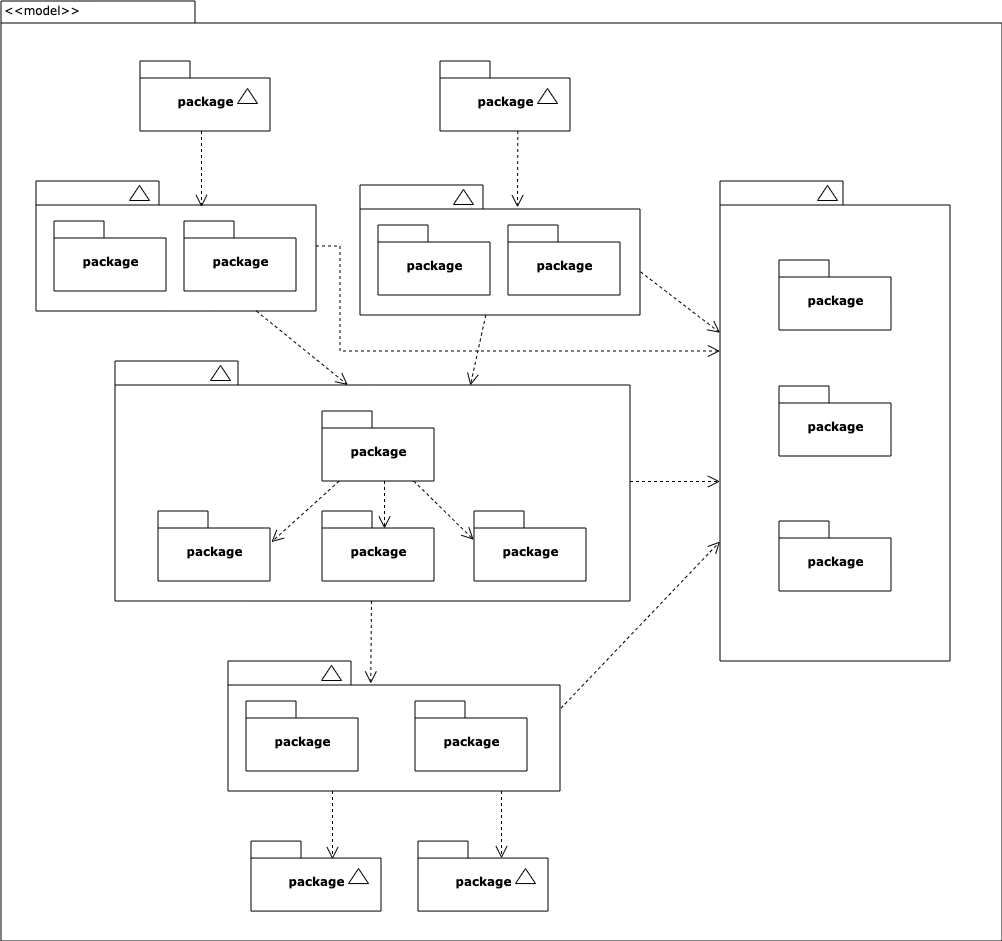
Above: app/Untitled Diagram.png in cheenxuan/AboutTheme (draw.io), before the change. Source tidied: cells renumbered, new cells last; positions are measured from the earlier drawing's top-left corner, leaving out a move shared by most shapes. Source of this version:
```xml
<mxGraphModel background="#ffffff">
  <root>
    <mxCell id="0" />
    <mxCell id="1" parent="0" />
    <mxCell id="2" style="shape=folder;fontStyle=1;spacingTop=10;tabWidth=194;tabHeight=22;tabPosition=left;html=1;rounded=0;shadow=0;comic=0;labelBackgroundColor=none;strokeWidth=1;fillColor=none;fontFamily=Verdana;fontSize=10;align=center;" parent="1" vertex="1">
      <mxGeometry x="0.5" y="0.5" width="1001" height="940" as="geometry" />
    </mxCell>
    <mxCell id="3" style="group;" parent="1" vertex="1">
      <mxGeometry x="139.5" y="60.5" width="130" height="70" as="geometry" />
    </mxCell>
    <mxCell id="4" value="package" style="shape=folder;fontStyle=1;spacingTop=10;tabWidth=50;tabHeight=17;tabPosition=left;html=1;rounded=0;shadow=0;comic=0;labelBackgroundColor=none;strokeWidth=1;fontFamily=Verdana;fontSize=10;align=center;" parent="3" vertex="1">
      <mxGeometry width="130" height="70" as="geometry" />
    </mxCell>
    <mxCell id="5" style="triangle;whiteSpace=wrap;html=1;rounded=0;shadow=0;comic=0;labelBackgroundColor=none;strokeWidth=1;fontFamily=Verdana;fontSize=10;align=center;rotation=-90;" parent="3" vertex="1">
      <mxGeometry x="100" y="25" width="15" height="20" as="geometry" />
    </mxCell>
    <mxCell id="6" style="group;" parent="1" vertex="1">
      <mxGeometry x="439.5" y="60.5" width="130" height="70" as="geometry" />
    </mxCell>
    <mxCell id="7" value="package" style="shape=folder;fontStyle=1;spacingTop=10;tabWidth=50;tabHeight=17;tabPosition=left;html=1;rounded=0;shadow=0;comic=0;labelBackgroundColor=none;strokeWidth=1;fontFamily=Verdana;fontSize=10;align=center;" parent="6" vertex="1">
      <mxGeometry width="130" height="70" as="geometry" />
    </mxCell>
    <mxCell id="8" style="triangle;whiteSpace=wrap;html=1;rounded=0;shadow=0;comic=0;labelBackgroundColor=none;strokeWidth=1;fontFamily=Verdana;fontSize=10;align=center;rotation=-90;" parent="6" vertex="1">
      <mxGeometry x="100" y="25" width="15" height="20" as="geometry" />
    </mxCell>
    <mxCell id="9" style="group;" parent="1" vertex="1">
      <mxGeometry x="35.5" y="180.5" width="280" height="130" as="geometry" />
    </mxCell>
    <mxCell id="10" style="shape=folder;fontStyle=1;spacingTop=10;tabWidth=123;tabHeight=24;tabPosition=left;html=1;rounded=0;shadow=0;comic=0;labelBackgroundColor=none;strokeWidth=1;fontFamily=Verdana;fontSize=10;align=center;" parent="9" vertex="1">
      <mxGeometry width="280" height="130" as="geometry" />
    </mxCell>
    <mxCell id="11" style="triangle;whiteSpace=wrap;html=1;rounded=0;shadow=0;comic=0;labelBackgroundColor=none;strokeWidth=1;fontFamily=Verdana;fontSize=10;align=center;rotation=-90;" parent="9" vertex="1">
      <mxGeometry x="96" y="2" width="15" height="20" as="geometry" />
    </mxCell>
    <mxCell id="12" value="package" style="shape=folder;fontStyle=1;spacingTop=10;tabWidth=50;tabHeight=17;tabPosition=left;html=1;rounded=0;shadow=0;comic=0;labelBackgroundColor=none;strokeWidth=1;fontFamily=Verdana;fontSize=10;align=center;" parent="9" vertex="1">
      <mxGeometry x="18" y="40" width="112" height="70" as="geometry" />
    </mxCell>
    <mxCell id="13" value="package" style="shape=folder;fontStyle=1;spacingTop=10;tabWidth=50;tabHeight=17;tabPosition=left;html=1;rounded=0;shadow=0;comic=0;labelBackgroundColor=none;strokeWidth=1;fontFamily=Verdana;fontSize=10;align=center;" parent="9" vertex="1">
      <mxGeometry x="148" y="40" width="112" height="70" as="geometry" />
    </mxCell>
    <mxCell id="14" style="group;" parent="1" vertex="1">
      <mxGeometry x="359.5" y="184.5" width="280" height="130" as="geometry" />
    </mxCell>
    <mxCell id="15" style="shape=folder;fontStyle=1;spacingTop=10;tabWidth=123;tabHeight=24;tabPosition=left;html=1;rounded=0;shadow=0;comic=0;labelBackgroundColor=none;strokeWidth=1;fontFamily=Verdana;fontSize=10;align=center;" parent="14" vertex="1">
      <mxGeometry width="280" height="130" as="geometry" />
    </mxCell>
    <mxCell id="16" style="triangle;whiteSpace=wrap;html=1;rounded=0;shadow=0;comic=0;labelBackgroundColor=none;strokeWidth=1;fontFamily=Verdana;fontSize=10;align=center;rotation=-90;" parent="14" vertex="1">
      <mxGeometry x="96" y="2" width="15" height="20" as="geometry" />
    </mxCell>
    <mxCell id="17" value="package" style="shape=folder;fontStyle=1;spacingTop=10;tabWidth=50;tabHeight=17;tabPosition=left;html=1;rounded=0;shadow=0;comic=0;labelBackgroundColor=none;strokeWidth=1;fontFamily=Verdana;fontSize=10;align=center;" parent="14" vertex="1">
      <mxGeometry x="18" y="40" width="112" height="70" as="geometry" />
    </mxCell>
    <mxCell id="18" value="package" style="shape=folder;fontStyle=1;spacingTop=10;tabWidth=50;tabHeight=17;tabPosition=left;html=1;rounded=0;shadow=0;comic=0;labelBackgroundColor=none;strokeWidth=1;fontFamily=Verdana;fontSize=10;align=center;" parent="14" vertex="1">
      <mxGeometry x="148" y="40" width="112" height="70" as="geometry" />
    </mxCell>
    <mxCell id="19" style="group;" parent="1" vertex="1">
      <mxGeometry x="719.5" y="180.5" width="230" height="480" as="geometry" />
    </mxCell>
    <mxCell id="20" style="group;" parent="19" vertex="1">
      <mxGeometry width="230" height="480" as="geometry" />
    </mxCell>
    <mxCell id="21" style="shape=folder;fontStyle=1;spacingTop=10;tabWidth=123;tabHeight=24;tabPosition=left;html=1;rounded=0;shadow=0;comic=0;labelBackgroundColor=none;strokeWidth=1;fontFamily=Verdana;fontSize=10;align=center;" parent="20" vertex="1">
      <mxGeometry width="230" height="480" as="geometry" />
    </mxCell>
    <mxCell id="22" style="triangle;whiteSpace=wrap;html=1;rounded=0;shadow=0;comic=0;labelBackgroundColor=none;strokeWidth=1;fontFamily=Verdana;fontSize=10;align=center;rotation=-90;" parent="20" vertex="1">
      <mxGeometry x="100" y="2" width="15" height="20" as="geometry" />
    </mxCell>
    <mxCell id="23" value="package" style="shape=folder;fontStyle=1;spacingTop=10;tabWidth=50;tabHeight=17;tabPosition=left;html=1;rounded=0;shadow=0;comic=0;labelBackgroundColor=none;strokeWidth=1;fontFamily=Verdana;fontSize=10;align=center;" parent="20" vertex="1">
      <mxGeometry x="59" y="79" width="112" height="70" as="geometry" />
    </mxCell>
    <mxCell id="24" value="package" style="shape=folder;fontStyle=1;spacingTop=10;tabWidth=50;tabHeight=17;tabPosition=left;html=1;rounded=0;shadow=0;comic=0;labelBackgroundColor=none;strokeWidth=1;fontFamily=Verdana;fontSize=10;align=center;" parent="20" vertex="1">
      <mxGeometry x="59" y="205" width="112" height="70" as="geometry" />
    </mxCell>
    <mxCell id="25" value="package" style="shape=folder;fontStyle=1;spacingTop=10;tabWidth=50;tabHeight=17;tabPosition=left;html=1;rounded=0;shadow=0;comic=0;labelBackgroundColor=none;strokeWidth=1;fontFamily=Verdana;fontSize=10;align=center;" parent="20" vertex="1">
      <mxGeometry x="59" y="340" width="112" height="70" as="geometry" />
    </mxCell>
    <mxCell id="26" style="edgeStyle=none;rounded=0;html=1;entryX=0.43;entryY=0.173;entryPerimeter=0;dashed=1;labelBackgroundColor=none;startFill=0;endArrow=open;endFill=0;endSize=10;fontFamily=Verdana;fontSize=10;" parent="1" edge="1" source="28" target="39">
      <mxGeometry relative="1" as="geometry" />
    </mxCell>
    <mxCell id="27" style="edgeStyle=elbowEdgeStyle;rounded=0;html=1;dashed=1;labelBackgroundColor=none;startFill=0;endArrow=open;endFill=0;endSize=10;fontFamily=Verdana;fontSize=10;elbow=vertical;" parent="1" edge="1" source="28" target="21">
      <mxGeometry relative="1" as="geometry" />
    </mxCell>
    <mxCell id="28" style="shape=folder;fontStyle=1;spacingTop=10;tabWidth=123;tabHeight=24;tabPosition=left;html=1;rounded=0;shadow=0;comic=0;labelBackgroundColor=none;strokeColor=#000000;strokeWidth=1;fillColor=#ffffff;fontFamily=Verdana;fontSize=10;fontColor=#000000;align=center;" parent="1" vertex="1">
      <mxGeometry x="114.5" y="360.5" width="515" height="240" as="geometry" />
    </mxCell>
    <mxCell id="29" style="edgeStyle=elbowEdgeStyle;rounded=0;html=1;entryX=0.559;entryY=0.251;entryPerimeter=0;dashed=1;labelBackgroundColor=none;startFill=0;endArrow=open;endFill=0;endSize=10;fontFamily=Verdana;fontSize=10;" parent="1" edge="1" source="32" target="34">
      <mxGeometry relative="1" as="geometry" />
    </mxCell>
    <mxCell id="30" style="edgeStyle=none;rounded=0;html=1;dashed=1;labelBackgroundColor=none;startFill=0;endArrow=open;endFill=0;endSize=10;fontFamily=Verdana;fontSize=10;entryX=-0.003;entryY=0.411;entryPerimeter=0;" parent="1" edge="1" source="32" target="35">
      <mxGeometry relative="1" as="geometry" />
    </mxCell>
    <mxCell id="31" style="edgeStyle=none;rounded=0;html=1;dashed=1;labelBackgroundColor=none;startFill=0;endArrow=open;endFill=0;endSize=10;fontFamily=Verdana;fontSize=10;entryX=1.013;entryY=0.444;entryPerimeter=0;" parent="1" edge="1" source="32" target="33">
      <mxGeometry relative="1" as="geometry" />
    </mxCell>
    <mxCell id="32" value="package" style="shape=folder;fontStyle=1;spacingTop=10;tabWidth=50;tabHeight=17;tabPosition=left;html=1;rounded=0;shadow=0;comic=0;labelBackgroundColor=none;strokeColor=#000000;strokeWidth=1;fillColor=#ffffff;fontFamily=Verdana;fontSize=10;fontColor=#000000;align=center;" parent="1" vertex="1">
      <mxGeometry x="321.5" y="410.5" width="112" height="70" as="geometry" />
    </mxCell>
    <mxCell id="33" value="package" style="shape=folder;fontStyle=1;spacingTop=10;tabWidth=50;tabHeight=17;tabPosition=left;html=1;rounded=0;shadow=0;comic=0;labelBackgroundColor=none;strokeColor=#000000;strokeWidth=1;fillColor=#ffffff;fontFamily=Verdana;fontSize=10;fontColor=#000000;align=center;" parent="1" vertex="1">
      <mxGeometry x="157.5" y="510.5" width="112" height="70" as="geometry" />
    </mxCell>
    <mxCell id="34" value="package" style="shape=folder;fontStyle=1;spacingTop=10;tabWidth=50;tabHeight=17;tabPosition=left;html=1;rounded=0;shadow=0;comic=0;labelBackgroundColor=none;strokeColor=#000000;strokeWidth=1;fillColor=#ffffff;fontFamily=Verdana;fontSize=10;fontColor=#000000;align=center;" parent="1" vertex="1">
      <mxGeometry x="321.5" y="510.5" width="112" height="70" as="geometry" />
    </mxCell>
    <mxCell id="35" value="package" style="shape=folder;fontStyle=1;spacingTop=10;tabWidth=50;tabHeight=17;tabPosition=left;html=1;rounded=0;shadow=0;comic=0;labelBackgroundColor=none;strokeColor=#000000;strokeWidth=1;fillColor=#ffffff;fontFamily=Verdana;fontSize=10;fontColor=#000000;align=center;" parent="1" vertex="1">
      <mxGeometry x="473.5" y="510.5" width="112" height="70" as="geometry" />
    </mxCell>
    <mxCell id="36" style="edgeStyle=elbowEdgeStyle;rounded=0;html=1;entryX=0.628;entryY=0.26;entryPerimeter=0;dashed=1;labelBackgroundColor=none;startFill=0;endArrow=open;endFill=0;endSize=10;fontFamily=Verdana;fontSize=10;" parent="1" edge="1" source="39" target="45">
      <mxGeometry relative="1" as="geometry" />
    </mxCell>
    <mxCell id="37" style="edgeStyle=elbowEdgeStyle;rounded=0;html=1;entryX=0.643;entryY=0.246;entryPerimeter=0;dashed=1;labelBackgroundColor=none;startFill=0;endArrow=open;endFill=0;endSize=10;fontFamily=Verdana;fontSize=10;" parent="1" edge="1" source="39" target="48">
      <mxGeometry relative="1" as="geometry" />
    </mxCell>
    <mxCell id="38" style="edgeStyle=none;rounded=0;html=1;dashed=1;labelBackgroundColor=none;startFill=0;endArrow=open;endFill=0;endSize=10;fontFamily=Verdana;fontSize=10;exitX=1.003;exitY=0.363;exitPerimeter=0;" parent="1" edge="1" source="39" target="21">
      <mxGeometry relative="1" as="geometry" />
    </mxCell>
    <mxCell id="39" style="shape=folder;fontStyle=1;spacingTop=10;tabWidth=123;tabHeight=24;tabPosition=left;html=1;rounded=0;shadow=0;comic=0;labelBackgroundColor=none;strokeWidth=1;fontFamily=Verdana;fontSize=10;align=center;" parent="1" vertex="1">
      <mxGeometry x="227.5" y="660.5" width="332" height="130" as="geometry" />
    </mxCell>
    <mxCell id="40" style="triangle;whiteSpace=wrap;html=1;rounded=0;shadow=0;comic=0;labelBackgroundColor=none;strokeWidth=1;fontFamily=Verdana;fontSize=10;align=center;rotation=-90;" parent="1" vertex="1">
      <mxGeometry x="323.5" y="662.5" width="15" height="20" as="geometry" />
    </mxCell>
    <mxCell id="41" value="package" style="shape=folder;fontStyle=1;spacingTop=10;tabWidth=50;tabHeight=17;tabPosition=left;html=1;rounded=0;shadow=0;comic=0;labelBackgroundColor=none;strokeWidth=1;fontFamily=Verdana;fontSize=10;align=center;" parent="1" vertex="1">
      <mxGeometry x="245.5" y="700.5" width="112" height="70" as="geometry" />
    </mxCell>
    <mxCell id="42" value="package" style="shape=folder;fontStyle=1;spacingTop=10;tabWidth=50;tabHeight=17;tabPosition=left;html=1;rounded=0;shadow=0;comic=0;labelBackgroundColor=none;strokeWidth=1;fontFamily=Verdana;fontSize=10;align=center;" parent="1" vertex="1">
      <mxGeometry x="414.5" y="700.5" width="112" height="70" as="geometry" />
    </mxCell>
    <mxCell id="43" style="triangle;whiteSpace=wrap;html=1;rounded=0;shadow=0;comic=0;labelBackgroundColor=none;strokeColor=#000000;strokeWidth=1;fillColor=#ffffff;fontFamily=Verdana;fontSize=10;fontColor=#000000;align=center;rotation=-90;" parent="1" vertex="1">
      <mxGeometry x="212.5" y="362.5" width="15" height="20" as="geometry" />
    </mxCell>
    <mxCell id="44" style="group;" parent="1" vertex="1">
      <mxGeometry x="250.5" y="840.6" width="130" height="70" as="geometry" />
    </mxCell>
    <mxCell id="45" value="package" style="shape=folder;fontStyle=1;spacingTop=10;tabWidth=50;tabHeight=17;tabPosition=left;html=1;rounded=0;shadow=0;comic=0;labelBackgroundColor=none;strokeWidth=1;fontFamily=Verdana;fontSize=10;align=center;" parent="44" vertex="1">
      <mxGeometry width="130" height="70" as="geometry" />
    </mxCell>
    <mxCell id="46" style="triangle;whiteSpace=wrap;html=1;rounded=0;shadow=0;comic=0;labelBackgroundColor=none;strokeWidth=1;fontFamily=Verdana;fontSize=10;align=center;rotation=-90;" parent="44" vertex="1">
      <mxGeometry x="100" y="25" width="15" height="20" as="geometry" />
    </mxCell>
    <mxCell id="47" style="group;" parent="1" vertex="1">
      <mxGeometry x="417.5" y="840.6" width="130" height="70" as="geometry" />
    </mxCell>
    <mxCell id="48" value="package" style="shape=folder;fontStyle=1;spacingTop=10;tabWidth=50;tabHeight=17;tabPosition=left;html=1;rounded=0;shadow=0;comic=0;labelBackgroundColor=none;strokeWidth=1;fontFamily=Verdana;fontSize=10;align=center;" parent="47" vertex="1">
      <mxGeometry width="130" height="70" as="geometry" />
    </mxCell>
    <mxCell id="49" style="triangle;whiteSpace=wrap;html=1;rounded=0;shadow=0;comic=0;labelBackgroundColor=none;strokeWidth=1;fontFamily=Verdana;fontSize=10;align=center;rotation=-90;" parent="47" vertex="1">
      <mxGeometry x="100" y="25" width="15" height="20" as="geometry" />
    </mxCell>
    <mxCell id="50" style="rounded=0;html=1;dashed=1;labelBackgroundColor=none;startFill=0;endArrow=open;endFill=0;endSize=10;fontFamily=Verdana;fontSize=10;entryX=0.592;entryY=0.2;entryPerimeter=0;edgeStyle=elbowEdgeStyle;" parent="1" edge="1" source="4" target="10">
      <mxGeometry relative="1" as="geometry" />
    </mxCell>
    <mxCell id="51" style="rounded=0;html=1;dashed=1;labelBackgroundColor=none;startFill=0;endArrow=open;endFill=0;endSize=10;fontFamily=Verdana;fontSize=10;entryX=0.592;entryY=0.2;entryPerimeter=0;edgeStyle=elbowEdgeStyle;" parent="1" edge="1">
      <mxGeometry relative="1" as="geometry">
        <mxPoint x="517.3" y="130.5" as="sourcePoint" />
        <mxPoint x="517.3" y="206.8" as="targetPoint" />
      </mxGeometry>
    </mxCell>
    <mxCell id="52" style="rounded=0;html=1;entryX=0.452;entryY=0.1;entryPerimeter=0;dashed=1;labelBackgroundColor=none;startFill=0;endArrow=open;endFill=0;endSize=10;fontFamily=Verdana;fontSize=10;" parent="1" edge="1" source="10" target="28">
      <mxGeometry relative="1" as="geometry" />
    </mxCell>
    <mxCell id="53" style="edgeStyle=none;rounded=0;html=1;entryX=0.69;entryY=0.102;entryPerimeter=0;dashed=1;labelBackgroundColor=none;startFill=0;endArrow=open;endFill=0;endSize=10;fontFamily=Verdana;fontSize=10;" parent="1" edge="1" source="15" target="28">
      <mxGeometry relative="1" as="geometry" />
    </mxCell>
    <mxCell id="54" style="edgeStyle=none;rounded=0;html=1;dashed=1;labelBackgroundColor=none;startFill=0;endArrow=open;endFill=0;endSize=10;fontFamily=Verdana;fontSize=10;exitX=1.002;exitY=0.668;exitPerimeter=0;" parent="1" edge="1" source="15" target="21">
      <mxGeometry relative="1" as="geometry" />
    </mxCell>
    <mxCell id="55" style="edgeStyle=orthogonalEdgeStyle;rounded=0;html=1;dashed=1;labelBackgroundColor=none;startFill=0;endArrow=open;endFill=0;endSize=10;fontFamily=Verdana;fontSize=10;" parent="1" edge="1" source="10" target="21">
      <mxGeometry relative="1" as="geometry">
        <Array as="points">
          <mxPoint x="339.5" y="245.5" />
          <mxPoint x="339.5" y="350.5" />
        </Array>
      </mxGeometry>
    </mxCell>
    <mxCell id="56" value="&amp;lt;&amp;lt;model&amp;gt;&amp;gt;" style="text;html=1;align=left;verticalAlign=top;spacingTop=-4;fontSize=10;fontFamily=Verdana;" parent="1" vertex="1">
      <mxGeometry x="1.5" y="0.5" width="130" height="20" as="geometry" />
    </mxCell>
  </root>
</mxGraphModel>
```
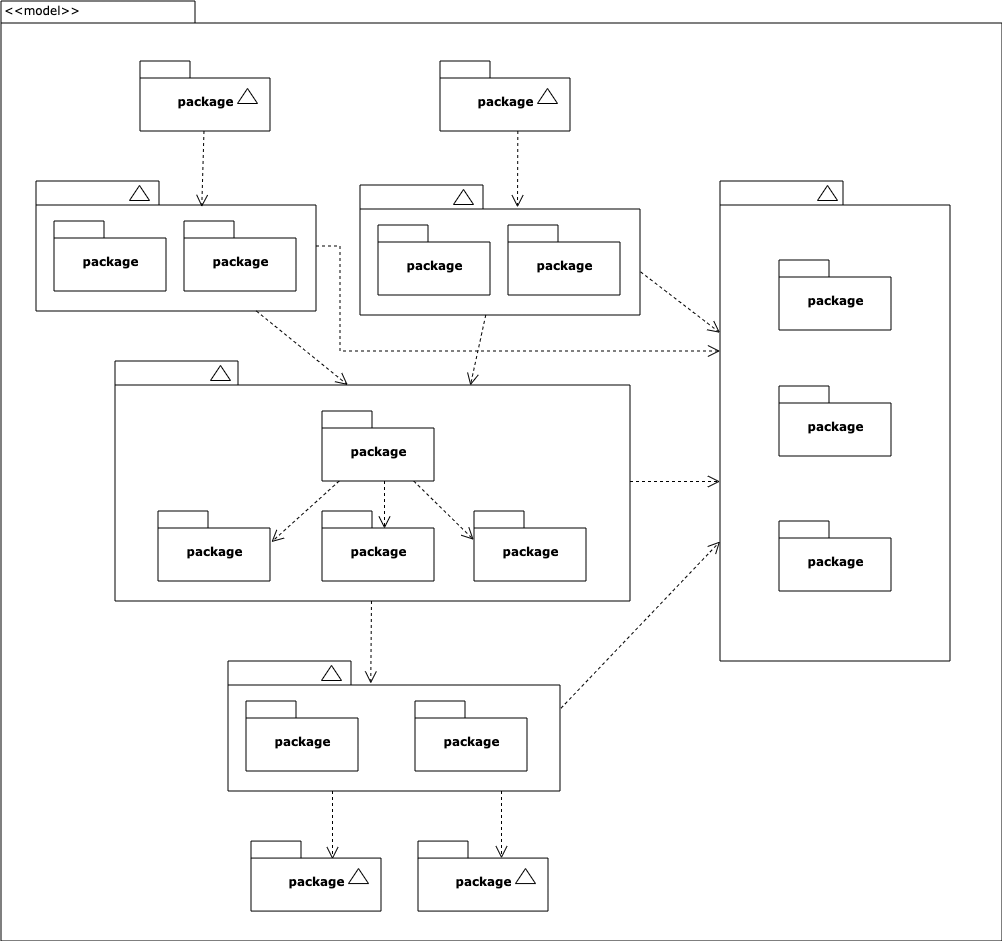
Above is the later version.

What changed in the source:
```diff
@@ -146,7 +146,7 @@
     <mxCell id="49" style="triangle;whiteSpace=wrap;html=1;rounded=0;shadow=0;comic=0;labelBackgroundColor=none;strokeWidth=1;fontFamily=Verdana;fontSize=10;align=center;rotation=-90;" parent="47" vertex="1">
       <mxGeometry x="100" y="25" width="15" height="20" as="geometry" />
     </mxCell>
-    <mxCell id="50" style="rounded=0;html=1;dashed=1;labelBackgroundColor=none;startFill=0;endArrow=open;endFill=0;endSize=10;fontFamily=Verdana;fontSize=10;entryX=0.592;entryY=0.2;entryPerimeter=0;edgeStyle=elbowEdgeStyle;" parent="1" edge="1" source="4" target="10">
+    <mxCell id="50" style="rounded=0;html=1;dashed=1;labelBackgroundColor=none;startFill=0;endArrow=open;endFill=0;endSize=10;fontFamily=Verdana;fontSize=10;entryX=0.592;entryY=0.2;entryPerimeter=0;" parent="1" edge="1" source="4" target="10">
       <mxGeometry relative="1" as="geometry" />
     </mxCell>
     <mxCell id="51" style="rounded=0;html=1;dashed=1;labelBackgroundColor=none;startFill=0;endArrow=open;endFill=0;endSize=10;fontFamily=Verdana;fontSize=10;entryX=0.592;entryY=0.2;entryPerimeter=0;edgeStyle=elbowEdgeStyle;" parent="1" edge="1">
```
